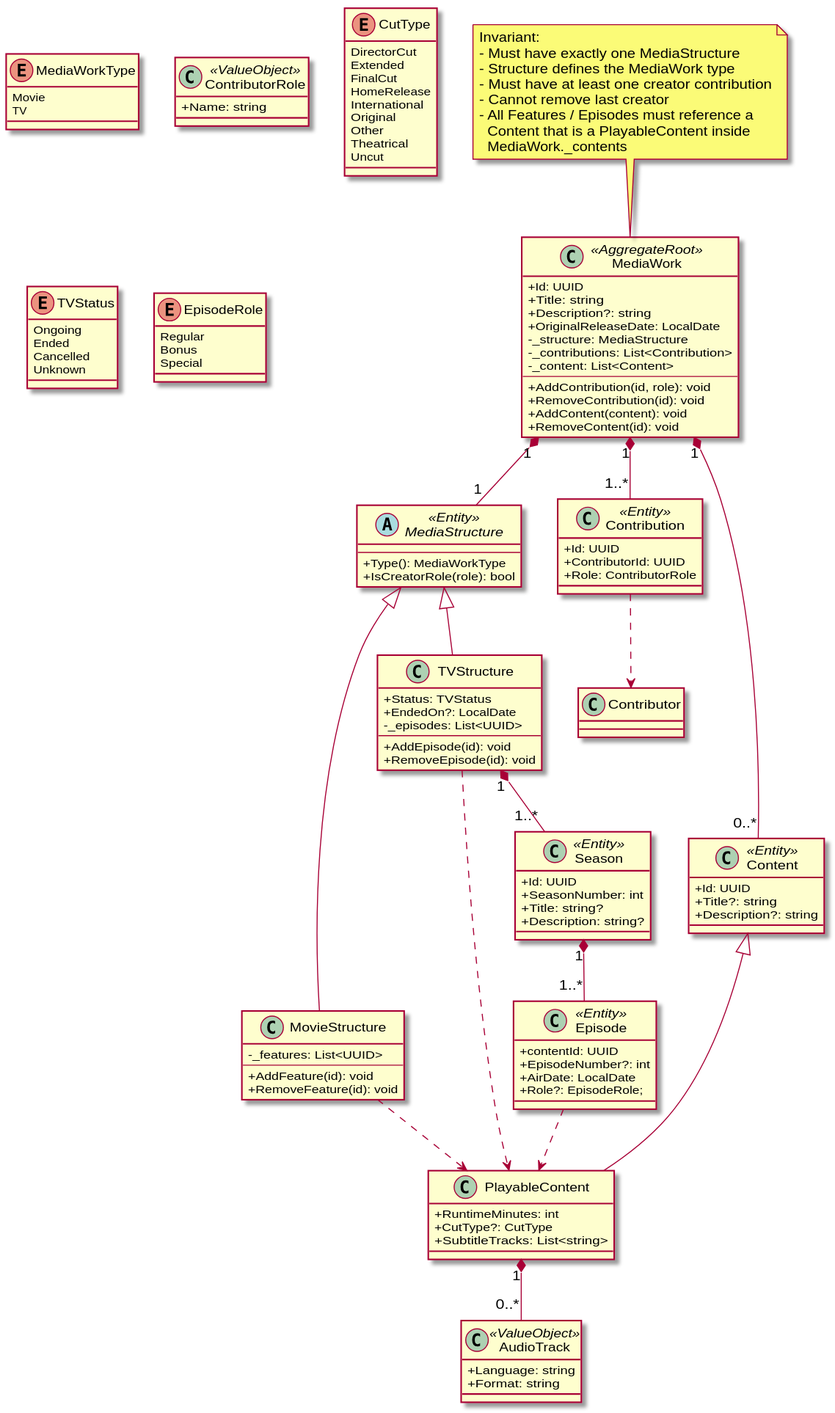
The PlantUML diagram docs/diagrams/domain/domain-media-work.svg in yantue/colleq, before a commit.
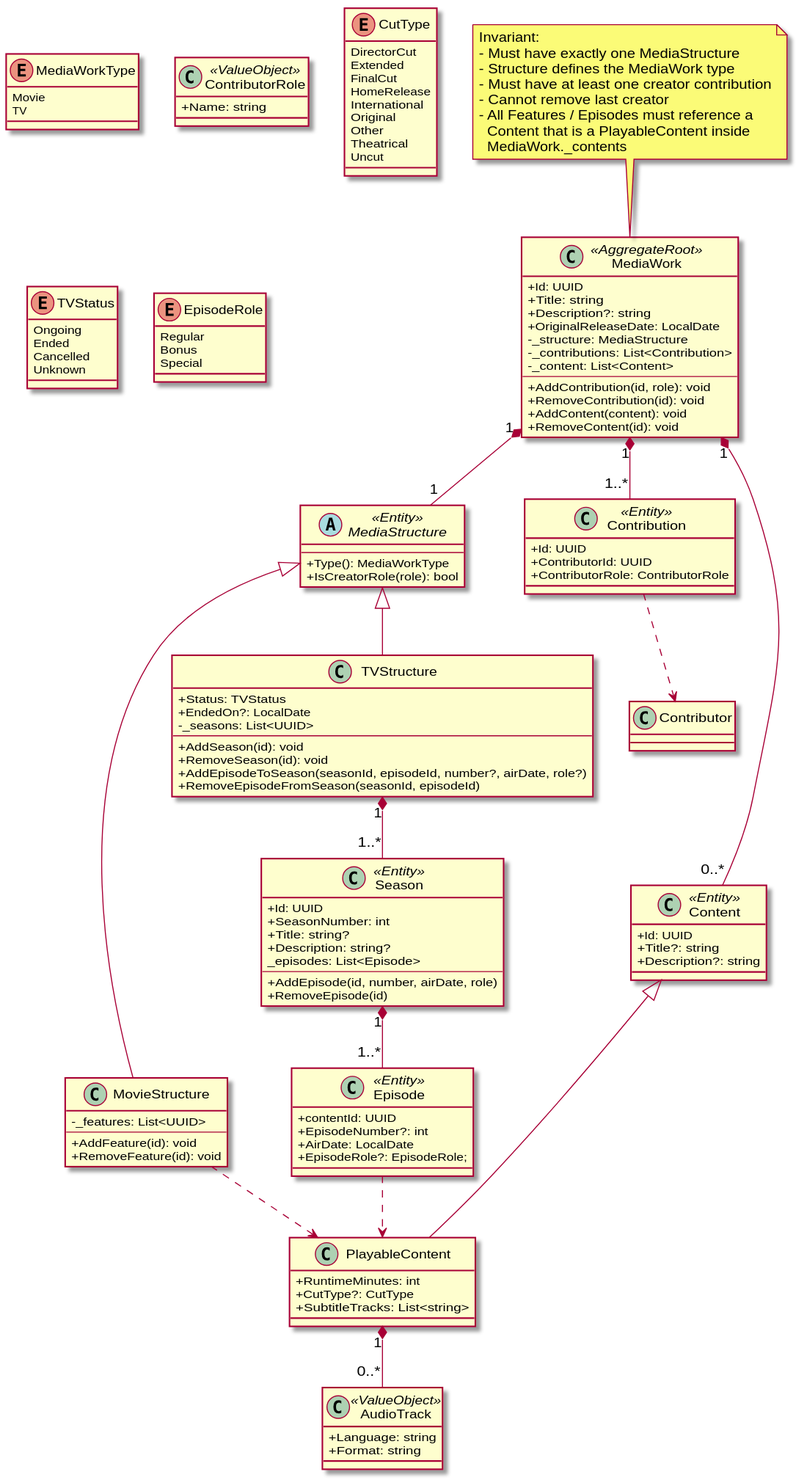
Later version of the same file.

Diff of the diagram source:
```diff
@@ -43,7 +43,7 @@
 class Contribution <<Entity>> {
     +Id: UUID
     +ContributorId: UUID
-    +Role: ContributorRole
+    +ContributorRole: ContributorRole
 }
 
 class ContributorRole <<ValueObject>> {
@@ -100,14 +100,15 @@
 class TVStructure {
     +Status: TVStatus
     +EndedOn?: LocalDate
-    -_episodes: List<UUID>
+    -_seasons: List<UUID>
     --
-    +AddEpisode(id): void
-    +RemoveEpisode(id): void
+    +AddSeason(id): void
+    +RemoveSeason(id): void
+    +AddEpisodeToSeason(seasonId, episodeId, number?, airDate, role?)
+    +RemoveEpisodeFromSeason(seasonId, episodeId)
 }
 
 MediaStructure <|-- TVStructure
-TVStructure ..> PlayableContent
 
 enum TVStatus {
     Ongoing
@@ -121,6 +122,10 @@
     +SeasonNumber: int
     +Title: string?
     +Description: string?
+    _episodes: List<Episode>
+    --
+    +AddEpisode(id, number, airDate, role)
+    +RemoveEpisode(id)
 }
 
 TVStructure "1" *-- "1..*" Season
@@ -129,7 +134,7 @@
     +contentId: UUID
     +EpisodeNumber?: int
     +AirDate: LocalDate
-    +Role?: EpisodeRole;
+    +EpisodeRole?: EpisodeRole;
 }
 
 Season "1" *-- "1..*" Episode
```
